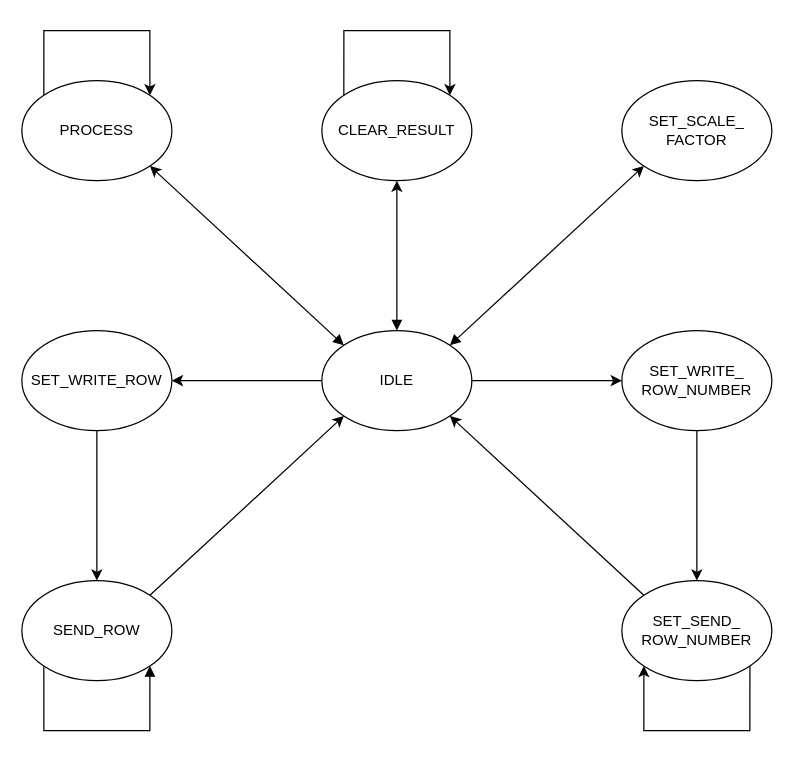
Before: documentation/state.drawio in josephyim224/ELEC4320-Project, a draw.io diagram. Source tidied: cells renumbered, new cells numbered last; positions are measured from the earlier drawing's top-left corner, leaving out a move shared by most shapes. Both pictures are drawn from the tidied source at 125%, with x=0, y=0 at pixel (21, 30).
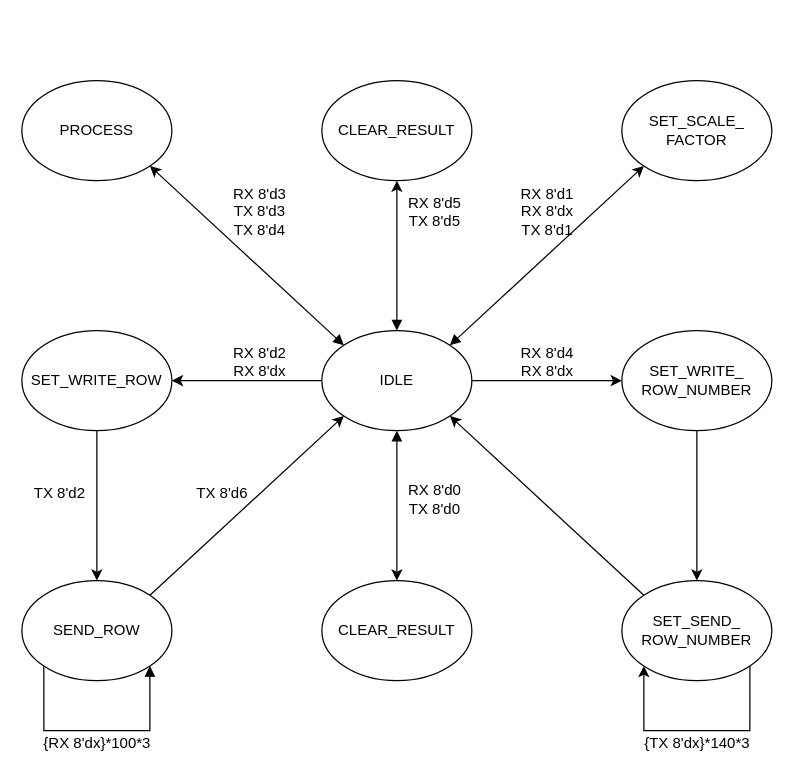
Above is the later version.

The change refers to these unchanged cells:
```xml
<mxCell id="7" value="IDLE" style="ellipse;whiteSpace=wrap;html=1;" parent="1" vertex="1">
  <mxGeometry x="240" y="240" width="120" height="80" as="geometry" />
</mxCell>
<mxCell id="10" value="PROCESS" style="ellipse;whiteSpace=wrap;html=1;" parent="1" vertex="1">
  <mxGeometry y="40" width="120" height="80" as="geometry" />
</mxCell>
<mxCell id="18" value="CLEAR_RESULT" style="ellipse;whiteSpace=wrap;html=1;" parent="1" vertex="1">
  <mxGeometry x="240" y="40" width="120" height="80" as="geometry" />
</mxCell>
```

Diff of the diagram source:
```diff
@@
+    <mxCell id="23" style="edgeStyle=none;rounded=0;jettySize=auto;html=1;exitX=0.5;exitY=1;exitDx=0;exitDy=0;fontSize=24;startArrow=block;startFill=1;" parent="1" edge="1" source="7" target="24">
+      <mxGeometry relative="1" as="geometry" />
+    </mxCell>
@@
-    <mxCell id="19" style="edgeStyle=orthogonalEdgeStyle;rounded=0;orthogonalLoop=1;jettySize=auto;html=1;exitX=0;exitY=0;exitDx=0;exitDy=0;entryX=1;entryY=0;entryDx=0;entryDy=0;startArrow=none;startFill=0;" parent="1" edge="1" source="18" target="18">
-      <mxGeometry relative="1" as="geometry">
-        <Array as="points">
-          <mxPoint x="258" />
-          <mxPoint x="342" />
-        </Array>
-      </mxGeometry>
-    </mxCell>
-    <mxCell id="20" style="edgeStyle=orthogonalEdgeStyle;rounded=0;orthogonalLoop=1;jettySize=auto;html=1;exitX=0;exitY=0;exitDx=0;exitDy=0;entryX=1;entryY=0;entryDx=0;entryDy=0;startArrow=none;startFill=0;" parent="1" edge="1" source="10" target="10">
-      <mxGeometry relative="1" as="geometry">
-        <Array as="points">
-          <mxPoint x="18" />
-          <mxPoint x="102" />
-        </Array>
-      </mxGeometry>
-    </mxCell>
@@
+    <mxCell id="24" value="CLEAR_RESULT" style="ellipse;whiteSpace=wrap;html=1;" parent="1" vertex="1">
+      <mxGeometry x="240" y="440" width="120" height="80" as="geometry" />
+    </mxCell>
+    <mxCell id="25" value="RX 8'd0&lt;br&gt;TX 8'd0" style="text;html=1;align=center;verticalAlign=middle;strokeColor=none;fillColor=none;fontSize=12;" parent="1" vertex="1">
+      <mxGeometry x="300" y="360" width="60" height="30" as="geometry" />
+    </mxCell>
+    <mxCell id="26" value="RX 8'd1&lt;br&gt;RX 8'dx&lt;br&gt;TX 8'd1" style="text;html=1;align=center;verticalAlign=middle;strokeColor=none;fillColor=none;fontSize=12;" parent="1" vertex="1">
+      <mxGeometry x="390" y="120" width="60" height="50" as="geometry" />
+    </mxCell>
+    <mxCell id="27" value="RX 8'd2&lt;br&gt;RX 8'dx" style="text;html=1;align=center;verticalAlign=middle;strokeColor=none;fillColor=none;fontSize=12;" parent="1" vertex="1">
+      <mxGeometry x="160" y="250" width="60" height="30" as="geometry" />
+    </mxCell>
+    <mxCell id="28" value="{RX 8'dx}*100*3" style="text;html=1;align=center;verticalAlign=middle;strokeColor=none;fillColor=none;fontSize=12;" parent="1" vertex="1">
+      <mxGeometry x="10" y="560" width="100" height="20" as="geometry" />
+    </mxCell>
+    <mxCell id="29" value="RX 8'd3&lt;br&gt;TX 8'd3&lt;br&gt;TX 8'd4" style="text;html=1;align=center;verticalAlign=middle;strokeColor=none;fillColor=none;fontSize=12;" parent="1" vertex="1">
+      <mxGeometry x="160" y="120" width="60" height="50" as="geometry" />
+    </mxCell>
+    <mxCell id="30" value="TX 8'd6" style="text;html=1;align=center;verticalAlign=middle;strokeColor=none;fillColor=none;fontSize=12;" parent="1" vertex="1">
+      <mxGeometry x="130" y="360" width="60" height="20" as="geometry" />
+    </mxCell>
+    <mxCell id="31" value="TX 8'd2" style="text;html=1;align=center;verticalAlign=middle;strokeColor=none;fillColor=none;fontSize=12;" parent="1" vertex="1">
+      <mxGeometry y="360" width="60" height="20" as="geometry" />
+    </mxCell>
+    <mxCell id="32" value="RX 8'd4&lt;br&gt;RX 8'dx" style="text;html=1;align=center;verticalAlign=middle;strokeColor=none;fillColor=none;fontSize=12;" parent="1" vertex="1">
+      <mxGeometry x="390" y="250" width="60" height="30" as="geometry" />
+    </mxCell>
+    <mxCell id="33" value="{TX 8'dx}*140*3" style="text;html=1;align=center;verticalAlign=middle;strokeColor=none;fillColor=none;fontSize=12;" parent="1" vertex="1">
+      <mxGeometry x="490" y="560" width="100" height="20" as="geometry" />
+    </mxCell>
+    <mxCell id="34" value="RX 8'd5&lt;br&gt;TX 8'd5" style="text;html=1;align=center;verticalAlign=middle;strokeColor=none;fillColor=none;fontSize=12;" parent="1" vertex="1">
+      <mxGeometry x="300" y="130" width="60" height="30" as="geometry" />
+    </mxCell>
```
